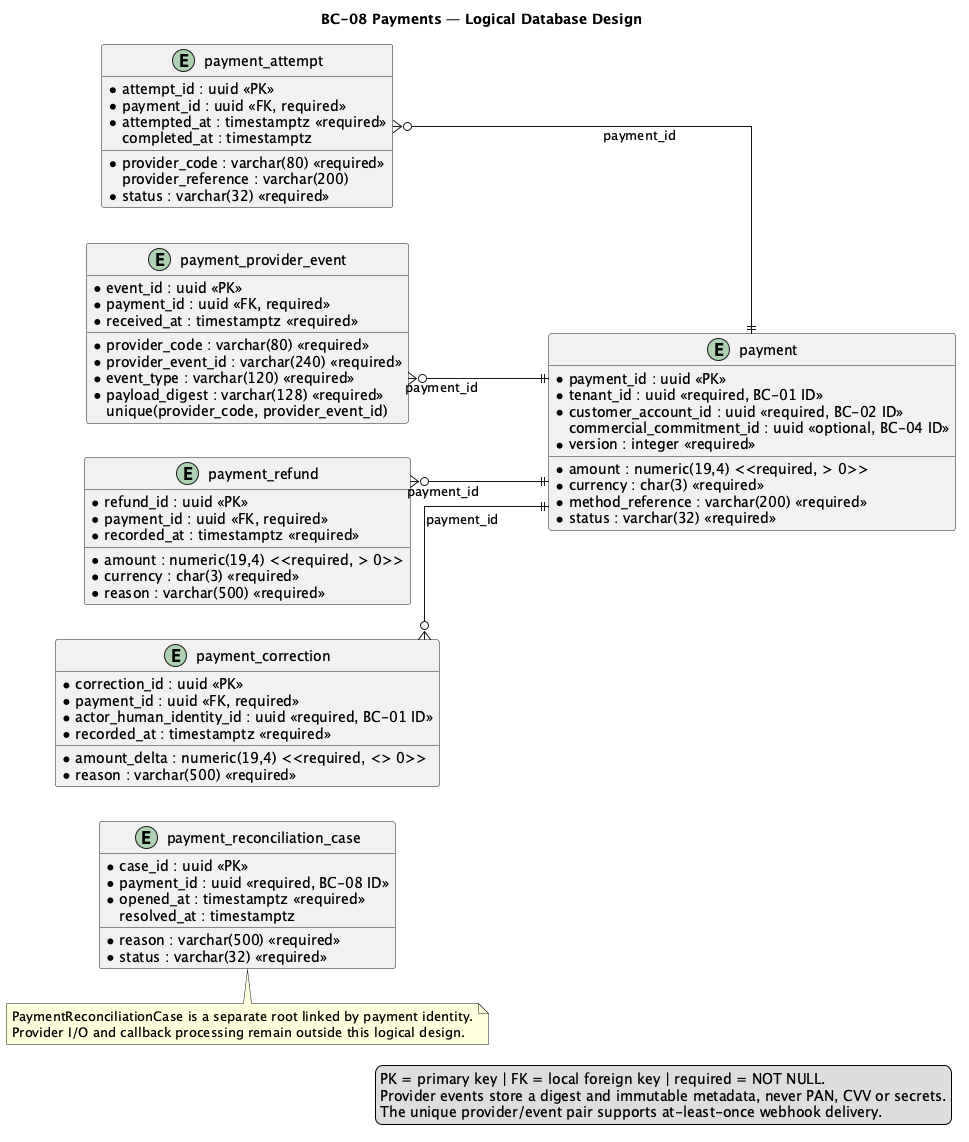
This is report/assets/chapter-2/tactical/BC-08/database-diagram.png from nexa-suite/mobile-report, a PlantUML export, as it was before one commit.
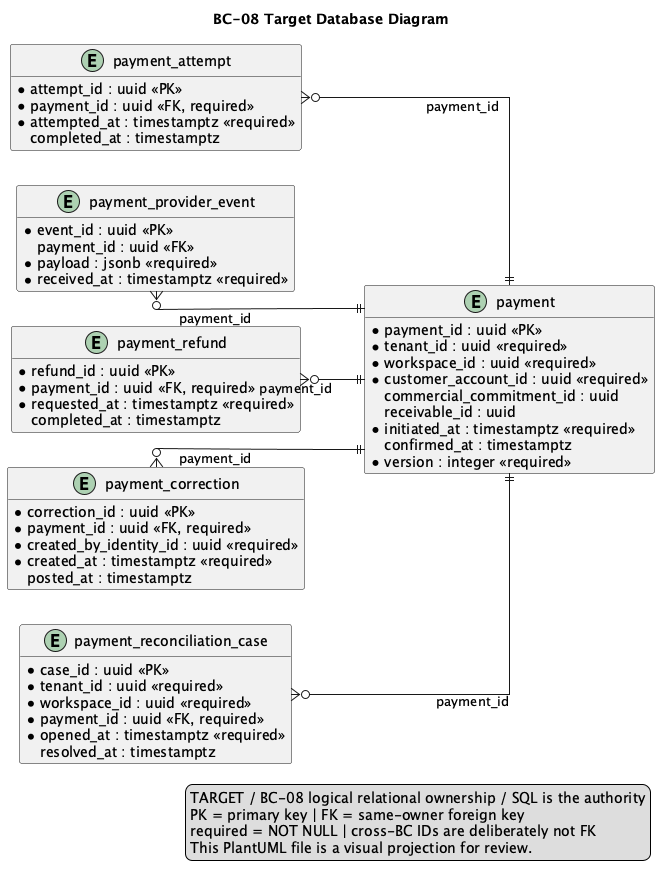
After the change.

What changed in the source:
```diff
@@ -1,6 +1,7 @@
 @startuml
-title BC-08 Payments — Logical Database Design
+title BC-08 Target Database Diagram
 left to right direction
+hide methods
 skinparam shadowing false
 skinparam linetype ortho
 skinparam entity {
@@ -9,19 +10,23 @@
   FontColor #0F172A
 }
 
-entity "payment" as payment {
+entity "payment" as t_payment {
   * payment_id : uuid <<PK>>
-  * tenant_id : uuid <<required, BC-01 ID>>
-  * customer_account_id : uuid <<required, BC-02 ID>>
-    commercial_commitment_id : uuid <<optional, BC-04 ID>>
-  * amount : numeric(19,4) <<required, > 0>>
+  * tenant_id : uuid <<required>>
+  * workspace_id : uuid <<required>>
+  * customer_account_id : uuid <<required>>
+    commercial_commitment_id : uuid
+    receivable_id : uuid
+  * amount : numeric(19,4) <<required>>
   * currency : char(3) <<required>>
-  * method_reference : varchar(200) <<required>>
+  * method : varchar(32) <<required>>
   * status : varchar(32) <<required>>
+  * initiated_at : timestamptz <<required>>
+    confirmed_at : timestamptz
   * version : integer <<required>>
 }
 
-entity "payment_attempt" as payment_attempt {
+entity "payment_attempt" as t_payment_attempt {
   * attempt_id : uuid <<PK>>
   * payment_id : uuid <<FK, required>>
   * provider_code : varchar(80) <<required>>
@@ -31,57 +36,60 @@
     completed_at : timestamptz
 }
 
-entity "payment_provider_event" as payment_provider_event {
+entity "payment_provider_event" as t_payment_provider_event {
   * event_id : uuid <<PK>>
-  * payment_id : uuid <<FK, required>>
+    payment_id : uuid <<FK>>
   * provider_code : varchar(80) <<required>>
   * provider_event_id : varchar(240) <<required>>
   * event_type : varchar(120) <<required>>
-  * payload_digest : varchar(128) <<required>>
+  * payload : jsonb <<required>>
+  * payload_hash : varchar(128) <<required>>
   * received_at : timestamptz <<required>>
-    unique(provider_code, provider_event_id)
 }
 
-entity "payment_refund" as payment_refund {
+entity "payment_refund" as t_payment_refund {
   * refund_id : uuid <<PK>>
   * payment_id : uuid <<FK, required>>
-  * amount : numeric(19,4) <<required, > 0>>
+  * amount : numeric(19,4) <<required>>
   * currency : char(3) <<required>>
+  * status : varchar(32) <<required>>
   * reason : varchar(500) <<required>>
-  * recorded_at : timestamptz <<required>>
+  * requested_at : timestamptz <<required>>
+    completed_at : timestamptz
 }
 
-entity "payment_correction" as payment_correction {
+entity "payment_correction" as t_payment_correction {
   * correction_id : uuid <<PK>>
   * payment_id : uuid <<FK, required>>
-  * amount_delta : numeric(19,4) <<required, <> 0>>
+  * amount_delta : numeric(19,4) <<required>>
   * reason : varchar(500) <<required>>
-  * actor_human_identity_id : uuid <<required, BC-01 ID>>
-  * recorded_at : timestamptz <<required>>
+  * status : varchar(32) <<required>>
+  * created_by_identity_id : uuid <<required>>
+  * created_at : timestamptz <<required>>
+    posted_at : timestamptz
 }
 
-entity "payment_reconciliation_case" as payment_reconciliation_case {
+entity "payment_reconciliation_case" as t_payment_reconciliation_case {
   * case_id : uuid <<PK>>
-  * payment_id : uuid <<required, BC-08 ID>>
+  * tenant_id : uuid <<required>>
+  * workspace_id : uuid <<required>>
+  * payment_id : uuid <<FK, required>>
   * reason : varchar(500) <<required>>
   * status : varchar(32) <<required>>
   * opened_at : timestamptz <<required>>
     resolved_at : timestamptz
 }
 
-payment_attempt }o--|| payment : payment_id
-payment_provider_event }o--|| payment : payment_id
-payment_refund }o--|| payment : payment_id
-payment_correction }o--|| payment : payment_id
-
-note bottom of payment_reconciliation_case
-PaymentReconciliationCase is a separate root linked by payment identity.
-Provider I/O and callback processing remain outside this logical design.
-end note
+t_payment_attempt }o--|| t_payment : payment_id
+t_payment_provider_event }o--|| t_payment : payment_id
+t_payment_refund }o--|| t_payment : payment_id
+t_payment_correction }o--|| t_payment : payment_id
+t_payment_reconciliation_case }o--|| t_payment : payment_id
 
 legend right
-PK = primary key | FK = local foreign key | required = NOT NULL.
-Provider events store a digest and immutable metadata, never PAN, CVV or secrets.
-The unique provider/event pair supports at-least-once webhook delivery.
+TARGET / BC-08 logical relational ownership / SQL is the authority
+PK = primary key | FK = same-owner foreign key
+required = NOT NULL | cross-BC IDs are deliberately not FK
+This PlantUML file is a visual projection for review.
 endlegend
 @enduml
```
